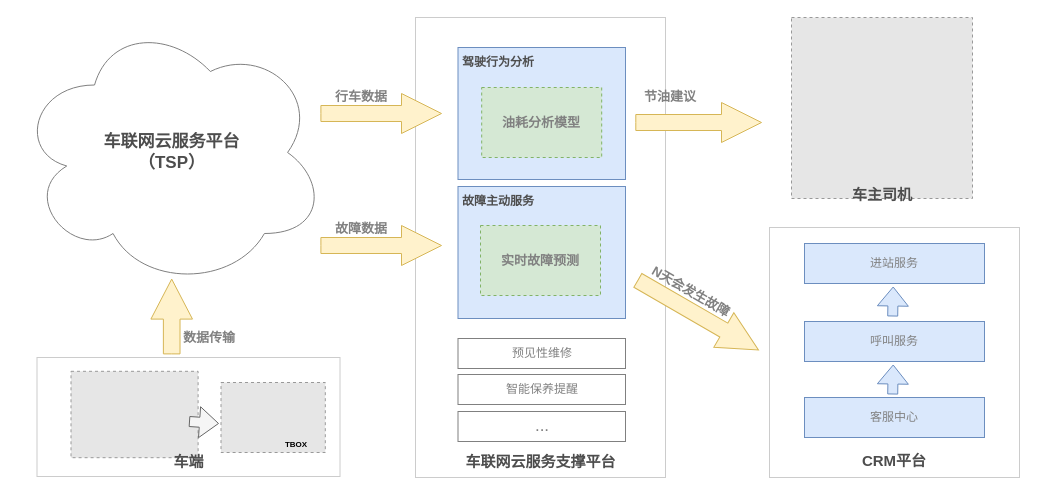
Before: gb-ontology.drawio in Max-yuki/share, a draw.io diagram. Source tidied: cells renumbered, new cells numbered last; positions are measured from the earlier drawing's top-left corner, leaving out a move shared by most shapes. Both pictures are drawn from the tidied source at 100%, with x=0, y=0 at pixel (17, 17). Pictures stored in the file or linked from it are replaced by grey dashed boxes.
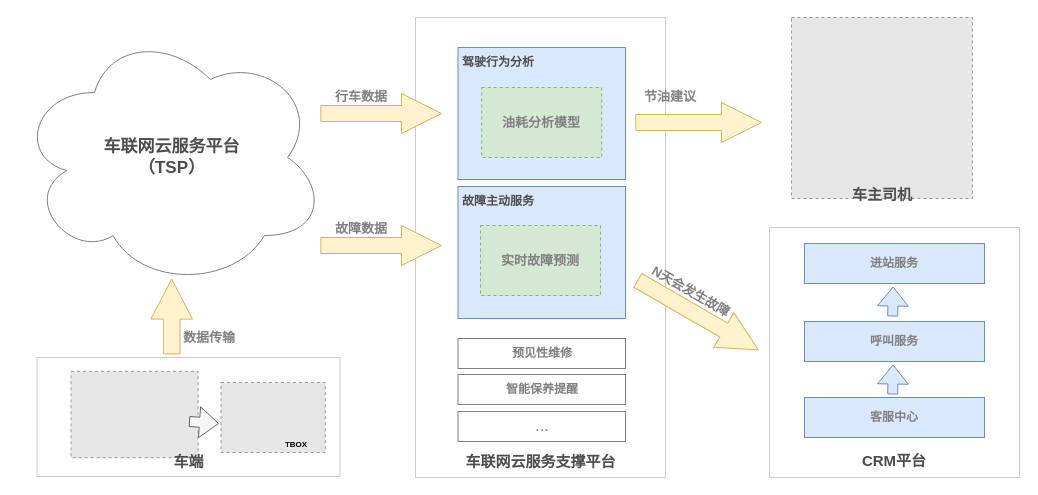
After the change.

The edit, as a diff of the source:
```diff
@@
     <mxCell id="2" value="车联网云服务平台&lt;br style=&quot;font-size: 17px;&quot;&gt;（TSP）" style="ellipse;shape=cloud;whiteSpace=wrap;html=1;fontStyle=1;fontSize=17;strokeColor=#808080;fontColor=#4D4D4D;" parent="1" vertex="1">
-      <mxGeometry x="-0.2" width="308.9" height="270" as="geometry" />
+      <mxGeometry x="-0.2" y="10" width="308.9" height="260" as="geometry" />
     </mxCell>
-    <mxCell id="3" style="group;fontColor=#4D4D4D;" parent="1" vertex="1">
+    <mxCell id="3" style="group;fontColor=#4D4D4D;fontStyle=1;" parent="1" vertex="1">
       <mxGeometry x="752" y="210" width="250" height="250" as="geometry" />
     </mxCell>
@@
-    <mxCell id="6" value="客服中心" style="rounded=0;whiteSpace=wrap;html=1;fontSize=12;fillColor=#dae8fc;strokeColor=#6c8ebf;fontColor=#808080;" parent="3" vertex="1">
+    <mxCell id="6" value="客服中心" style="rounded=0;whiteSpace=wrap;html=1;fontSize=12;fillColor=#dae8fc;strokeColor=#6c8ebf;fontColor=#808080;fontStyle=1;" parent="3" vertex="1">
       <mxGeometry x="35" y="170" width="180" height="40" as="geometry" />
     </mxCell>
-    <mxCell id="7" value="呼叫服务" style="rounded=0;whiteSpace=wrap;html=1;fontSize=12;fillColor=#dae8fc;strokeColor=#6c8ebf;fontColor=#808080;" parent="3" vertex="1">
+    <mxCell id="7" value="呼叫服务" style="rounded=0;whiteSpace=wrap;html=1;fontSize=12;fillColor=#dae8fc;strokeColor=#6c8ebf;fontColor=#808080;fontStyle=1;" parent="3" vertex="1">
       <mxGeometry x="35" y="94" width="180" height="40" as="geometry" />
     </mxCell>
-    <mxCell id="8" value="进站服务" style="rounded=0;whiteSpace=wrap;html=1;fontSize=12;fillColor=#dae8fc;strokeColor=#6c8ebf;fontColor=#808080;" parent="3" vertex="1">
+    <mxCell id="8" value="进站服务" style="rounded=0;whiteSpace=wrap;html=1;fontSize=12;fillColor=#dae8fc;strokeColor=#6c8ebf;fontColor=#808080;fontStyle=1;" parent="3" vertex="1">
       <mxGeometry x="35" y="16" width="180" height="40" as="geometry" />
     </mxCell>
@@
-    <mxCell id="24" value="预见性维修" style="rounded=0;whiteSpace=wrap;html=1;fontSize=12;fontColor=#808080;strokeColor=#808080;" parent="1" vertex="1">
+    <mxCell id="24" value="预见性维修" style="rounded=0;whiteSpace=wrap;html=1;fontSize=12;fontColor=#808080;strokeColor=#808080;fontStyle=1;" parent="1" vertex="1">
       <mxGeometry x="440.5" y="321" width="167.5" height="30" as="geometry" />
     </mxCell>
-    <mxCell id="25" value="智能保养提醒" style="rounded=0;whiteSpace=wrap;html=1;fontSize=12;fontColor=#808080;strokeColor=#808080;" parent="1" vertex="1">
+    <mxCell id="25" value="智能保养提醒" style="rounded=0;whiteSpace=wrap;html=1;fontSize=12;fontColor=#808080;strokeColor=#808080;fontStyle=1;" parent="1" vertex="1">
       <mxGeometry x="440.5" y="357" width="167.5" height="30" as="geometry" />
     </mxCell>
```
